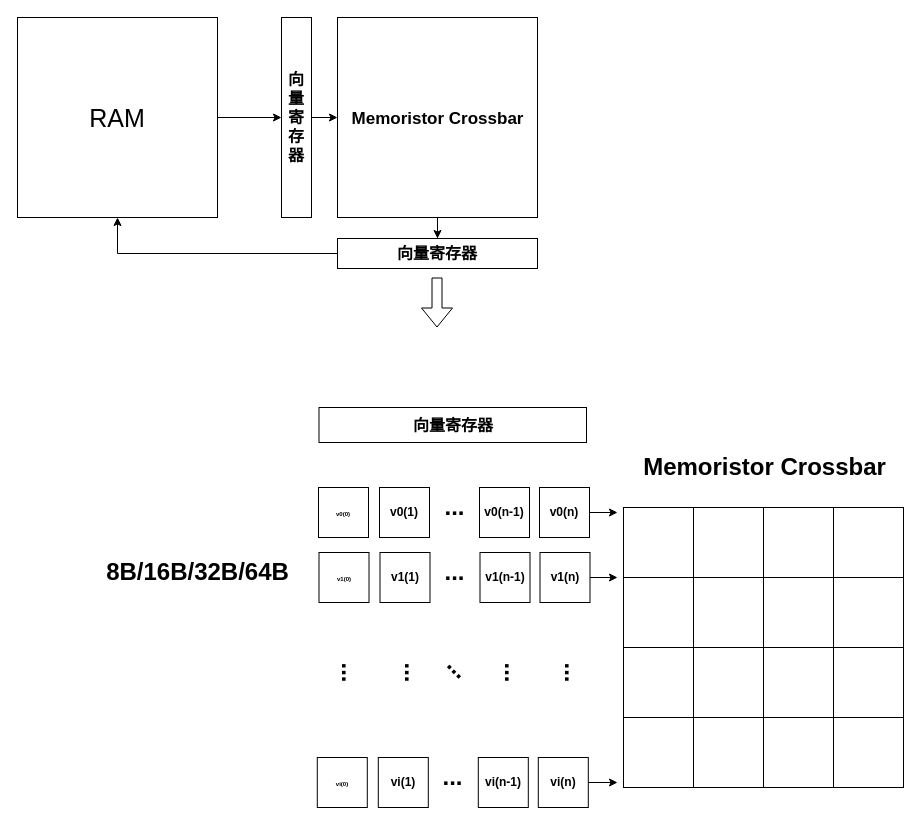
Above: docs/RV64ME-arch.drawio in myonie-git/nemu (draw.io), before the change. Source tidied: cells renumbered, new cells numbered last; positions are measured from the earlier drawing's top-left corner, leaving out a move shared by most shapes. Both pictures are drawn from the tidied source at 100%, with x=0, y=0 at pixel (17, 17).
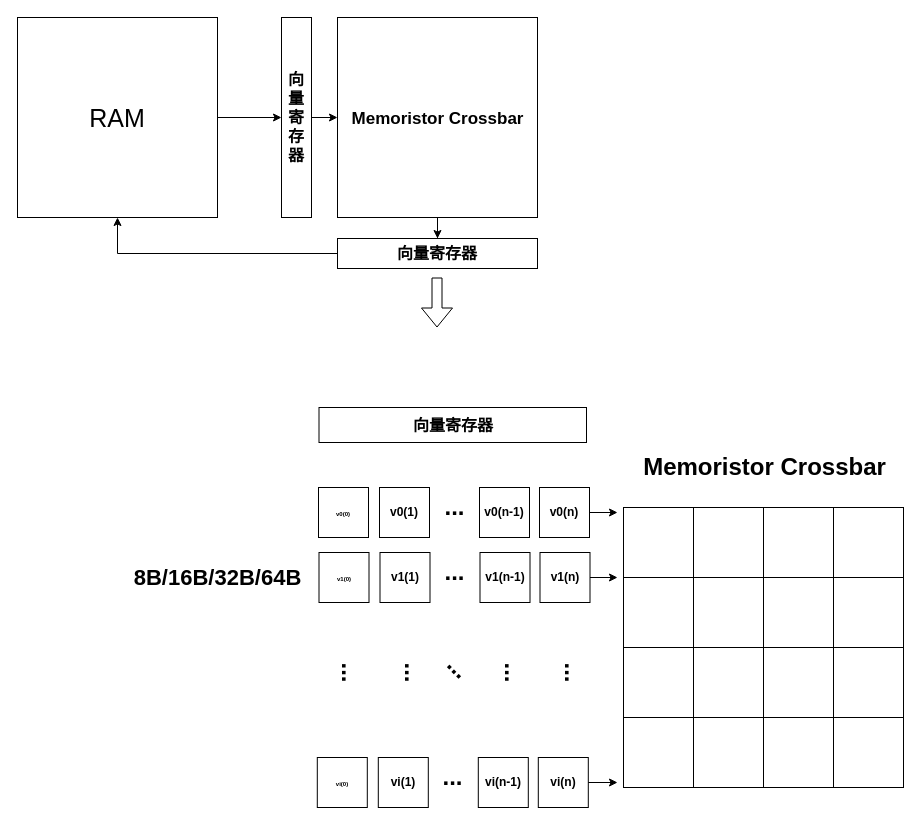
The same page after the edit.

Change to the diagram source:
```diff
@@
-    <mxCell id="53" value="8B/16B/32B/64B" style="text;strokeColor=none;fillColor=none;html=1;fontSize=24;fontStyle=1;verticalAlign=middle;align=center;" parent="1" vertex="1">
-      <mxGeometry x="130" y="535" width="100" height="40" as="geometry" />
+    <mxCell id="53" value="&lt;font style=&quot;font-size: 22px;&quot;&gt;8B/16B/32B/64B&lt;/font&gt;" style="text;strokeColor=none;fillColor=none;html=1;fontSize=24;fontStyle=1;verticalAlign=middle;align=center;" parent="1" vertex="1">
+      <mxGeometry x="150" y="540" width="100" height="40" as="geometry" />
     </mxCell>
```
